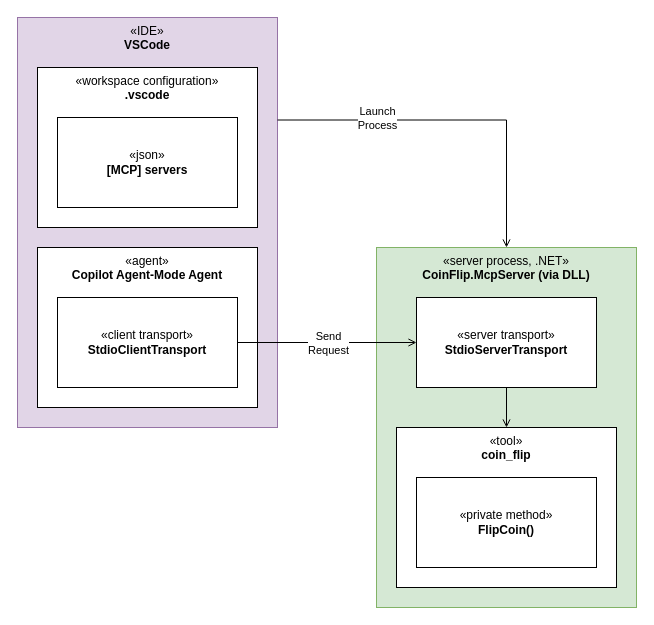
This is Docs/Coin Flip MCP Server.drawio from Fabricari/poc-coin-flip-mcp-server, a draw.io file, before an edit. Source tidied: cells renumbered, new cells numbered last; positions are measured from the earlier drawing's top-left corner, leaving out a move shared by most shapes. Both pictures are drawn from the tidied source at 100%, with x=0, y=0 at pixel (17, 17).
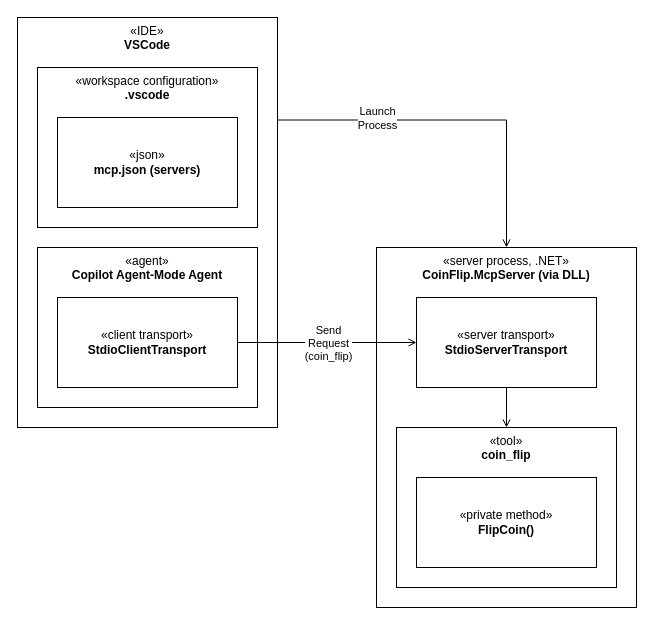
The same page after the edit.

Commit message:
Refine diagram styles and update labels in Coin Flip MCP Server.drawio

What changed in the source:
```diff
@@
 <mxGraphModel>
   <root>
     <mxCell id="0" />
     <mxCell id="1" parent="0" />
-    <mxCell id="2" value="«server process, .NET»&lt;br&gt;&lt;b&gt;CoinFlip.McpServer (via DLL)&lt;/b&gt;" style="html=1;whiteSpace=wrap;verticalAlign=top;fillColor=#d5e8d4;strokeColor=#82b366;" parent="1" vertex="1">
+    <mxCell id="2" value="«server process, .NET»&lt;br&gt;&lt;b&gt;CoinFlip.McpServer (via DLL)&lt;/b&gt;" style="html=1;whiteSpace=wrap;verticalAlign=top;" parent="1" vertex="1">
       <mxGeometry x="359" y="230" width="260" height="360" as="geometry" />
     </mxCell>
-    <mxCell id="3" value="«IDE»&lt;br&gt;&lt;b&gt;VSCode&lt;/b&gt;" style="html=1;whiteSpace=wrap;verticalAlign=top;fillColor=#e1d5e7;strokeColor=#9673a6;" parent="1" vertex="1">
+    <mxCell id="3" value="«IDE»&lt;br&gt;&lt;b&gt;VSCode&lt;/b&gt;" style="html=1;whiteSpace=wrap;verticalAlign=top;" parent="1" vertex="1">
       <mxGeometry width="260" height="410" as="geometry" />
     </mxCell>
     <mxCell id="4" value="«agent»&lt;br&gt;&lt;b&gt;Copilot Agent-Mode Agent&lt;/b&gt;" style="html=1;whiteSpace=wrap;verticalAlign=top;" parent="1" vertex="1">
       <mxGeometry x="20" y="230" width="220" height="160" as="geometry" />
     </mxCell>
     <mxCell id="5" value="«client transport»&lt;br&gt;&lt;b&gt;StdioClientTransport&lt;/b&gt;" style="html=1;whiteSpace=wrap;" parent="1" vertex="1">
       <mxGeometry x="40" y="280" width="180" height="90" as="geometry" />
     </mxCell>
     <mxCell id="6" style="rounded=0;jettySize=auto;html=1;endArrow=open;endFill=0;" parent="1" edge="1" source="7" target="8">
       <mxGeometry relative="1" as="geometry" />
     </mxCell>
     <mxCell id="7" value="«server transport»&lt;br&gt;&lt;b&gt;StdioServerTransport&lt;/b&gt;" style="html=1;whiteSpace=wrap;" parent="1" vertex="1">
       <mxGeometry x="399" y="280" width="180" height="90" as="geometry" />
     </mxCell>
     <mxCell id="8" value="«tool»&lt;br&gt;&lt;b&gt;coin_flip&lt;/b&gt;" style="html=1;whiteSpace=wrap;verticalAlign=top;" parent="1" vertex="1">
       <mxGeometry x="379" y="410" width="220" height="160" as="geometry" />
     </mxCell>
     <mxCell id="9" style="edgeStyle=none;shape=connector;rounded=0;jettySize=auto;html=1;strokeColor=default;align=center;verticalAlign=middle;fontFamily=Helvetica;fontSize=11;fontColor=default;labelBackgroundColor=default;endArrow=open;endFill=0;" parent="1" edge="1" source="5" target="7">
       <mxGeometry relative="1" as="geometry" />
     </mxCell>
-    <mxCell id="10" value="Send&lt;br&gt;Request" style="edgeLabel;html=1;align=center;verticalAlign=middle;fontFamily=Helvetica;fontSize=11;fontColor=default;labelBackgroundColor=default;" parent="9" vertex="1">
+    <mxCell id="10" value="Send&lt;br&gt;Request&lt;br&gt;(coin_flip)" style="edgeLabel;html=1;align=center;verticalAlign=middle;fontFamily=Helvetica;fontSize=11;fontColor=default;labelBackgroundColor=default;" parent="9" vertex="1">
       <mxGeometry x="-0.34" y="1" relative="1" as="geometry">
         <mxPoint x="31" y="1" as="offset" />
       </mxGeometry>
     </mxCell>
     <mxCell id="11" value="«private method»&lt;br&gt;&lt;b&gt;FlipCoin()&lt;/b&gt;" style="html=1;whiteSpace=wrap;verticalAlign=middle;" parent="1" vertex="1">
       <mxGeometry x="399" y="460" width="180" height="90" as="geometry" />
     </mxCell>
     <mxCell id="12" style="shape=connector;rounded=0;jettySize=auto;html=1;strokeColor=default;align=center;verticalAlign=middle;fontFamily=Helvetica;fontSize=11;fontColor=default;labelBackgroundColor=default;endArrow=open;endFill=0;entryX=0.5;entryY=0;entryDx=0;entryDy=0;edgeStyle=orthogonalEdgeStyle;exitX=1;exitY=0.25;exitDx=0;exitDy=0;" parent="1" edge="1" source="3" target="2">
       <mxGeometry relative="1" as="geometry">
         <Array as="points">
           <mxPoint x="489" y="103" />
         </Array>
       </mxGeometry>
     </mxCell>
     <mxCell id="13" value="Launch&lt;br&gt;Process" style="edgeLabel;html=1;align=center;verticalAlign=middle;fontFamily=Helvetica;fontSize=11;fontColor=default;labelBackgroundColor=default;" parent="12" vertex="1">
       <mxGeometry x="-0.7" relative="1" as="geometry">
         <mxPoint x="46" y="-2" as="offset" />
       </mxGeometry>
     </mxCell>
     <mxCell id="14" value="«workspace configuration»&lt;br&gt;&lt;b&gt;.vscode&lt;/b&gt;" style="html=1;whiteSpace=wrap;verticalAlign=top;" parent="1" vertex="1">
       <mxGeometry x="20" y="50" width="220" height="160" as="geometry" />
     </mxCell>
-    <mxCell id="15" value="«json»&lt;br&gt;&lt;b&gt;[MCP] servers&lt;/b&gt;" style="html=1;whiteSpace=wrap;" parent="1" vertex="1">
+    <mxCell id="15" value="«json»&lt;br&gt;&lt;b&gt;mcp.json (servers)&lt;/b&gt;" style="html=1;whiteSpace=wrap;" parent="1" vertex="1">
       <mxGeometry x="40" y="100" width="180" height="90" as="geometry" />
     </mxCell>
   </root>
 </mxGraphModel>
```
